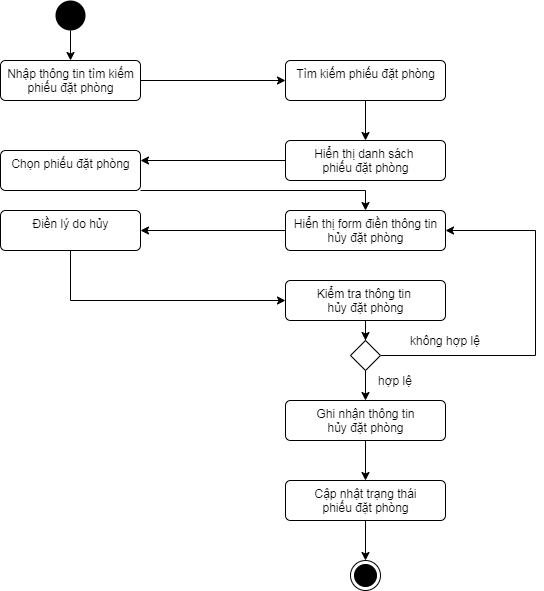
Earlier version of the draw.io export Phan_Tich_Thiet_Ke/Diagram/Activity_Diagram/Activity_Diagram_HuyDatPhong.png (KNhaa/DoAnCNPM). Source tidied: cells renumbered, new cells last; positions are measured from the earlier drawing's top-left corner, leaving out a move shared by most shapes. Source of this version:
```xml
<mxGraphModel>
  <root>
    <mxCell id="0" />
    <mxCell id="1" parent="0" />
    <mxCell id="2" style="edgeStyle=orthogonalEdgeStyle;rounded=0;jettySize=auto;html=1;" parent="1" edge="1" source="3" target="5">
      <mxGeometry relative="1" as="geometry" />
    </mxCell>
    <mxCell id="3" style="ellipse;fillColor=#000000;strokeColor=none;" parent="1" vertex="1">
      <mxGeometry x="55" width="30" height="30" as="geometry" />
    </mxCell>
    <mxCell id="4" style="edgeStyle=orthogonalEdgeStyle;rounded=0;jettySize=auto;html=1;entryX=0;entryY=0.5;entryDx=0;entryDy=0;" parent="1" edge="1" source="5" target="7">
      <mxGeometry relative="1" as="geometry" />
    </mxCell>
    <mxCell id="5" value="Nhập thông tin tìm kiếm&lt;br&gt;phiếu đặt phòng" style="html=1;align=center;verticalAlign=top;rounded=1;absoluteArcSize=1;arcSize=10;dashed=0;" parent="1" vertex="1">
      <mxGeometry y="60" width="140" height="40" as="geometry" />
    </mxCell>
    <mxCell id="6" style="edgeStyle=orthogonalEdgeStyle;rounded=0;jettySize=auto;html=1;" parent="1" edge="1" source="7" target="9">
      <mxGeometry relative="1" as="geometry" />
    </mxCell>
    <mxCell id="7" value="Tìm kiếm phiếu đặt phòng" style="html=1;align=center;verticalAlign=top;rounded=1;absoluteArcSize=1;arcSize=10;dashed=0;" parent="1" vertex="1">
      <mxGeometry x="285" y="60" width="160" height="40" as="geometry" />
    </mxCell>
    <mxCell id="8" style="edgeStyle=orthogonalEdgeStyle;rounded=0;jettySize=auto;html=1;entryX=1;entryY=0.25;entryDx=0;entryDy=0;" parent="1" edge="1" source="9" target="11">
      <mxGeometry relative="1" as="geometry" />
    </mxCell>
    <mxCell id="9" value="Hiển thị danh sách &lt;br&gt;phiếu đặt phòng" style="html=1;align=center;verticalAlign=top;rounded=1;absoluteArcSize=1;arcSize=10;dashed=0;" parent="1" vertex="1">
      <mxGeometry x="285" y="140" width="160" height="40" as="geometry" />
    </mxCell>
    <mxCell id="10" style="edgeStyle=orthogonalEdgeStyle;rounded=0;jettySize=auto;html=1;exitX=1;exitY=1;exitDx=0;exitDy=0;" parent="1" edge="1" source="11" target="23">
      <mxGeometry relative="1" as="geometry">
        <Array as="points">
          <mxPoint x="365" y="190" />
        </Array>
      </mxGeometry>
    </mxCell>
    <mxCell id="11" value="Chọn phiếu đặt phòng" style="html=1;align=center;verticalAlign=top;rounded=1;absoluteArcSize=1;arcSize=10;dashed=0;" parent="1" vertex="1">
      <mxGeometry y="150" width="140" height="40" as="geometry" />
    </mxCell>
    <mxCell id="12" style="edgeStyle=orthogonalEdgeStyle;rounded=0;jettySize=auto;html=1;" parent="1" edge="1" source="13" target="20">
      <mxGeometry relative="1" as="geometry" />
    </mxCell>
    <mxCell id="13" value="Kiểm tra thông tin &lt;br&gt;hủy đặt phòng" style="html=1;align=center;verticalAlign=top;rounded=1;absoluteArcSize=1;arcSize=10;dashed=0;" parent="1" vertex="1">
      <mxGeometry x="285" y="280" width="160" height="40" as="geometry" />
    </mxCell>
    <mxCell id="14" style="edgeStyle=orthogonalEdgeStyle;rounded=0;jettySize=auto;html=1;" parent="1" edge="1" source="15" target="17">
      <mxGeometry relative="1" as="geometry" />
    </mxCell>
    <mxCell id="15" value="Ghi nhận thông tin&lt;br&gt;hủy đặt phòng" style="html=1;align=center;verticalAlign=top;rounded=1;absoluteArcSize=1;arcSize=10;dashed=0;" parent="1" vertex="1">
      <mxGeometry x="285" y="400" width="160" height="40" as="geometry" />
    </mxCell>
    <mxCell id="16" style="edgeStyle=orthogonalEdgeStyle;rounded=0;jettySize=auto;html=1;" parent="1" edge="1" source="17" target="21">
      <mxGeometry relative="1" as="geometry" />
    </mxCell>
    <mxCell id="17" value="Cập nhật trạng thái&lt;br&gt;phiếu đặt phòng" style="html=1;align=center;verticalAlign=top;rounded=1;absoluteArcSize=1;arcSize=10;dashed=0;" parent="1" vertex="1">
      <mxGeometry x="285" y="480" width="160" height="40" as="geometry" />
    </mxCell>
    <mxCell id="18" style="edgeStyle=orthogonalEdgeStyle;rounded=0;jettySize=auto;html=1;" parent="1" edge="1" source="20" target="15">
      <mxGeometry relative="1" as="geometry" />
    </mxCell>
    <mxCell id="19" style="edgeStyle=orthogonalEdgeStyle;rounded=0;jettySize=auto;html=1;entryX=1;entryY=0.5;entryDx=0;entryDy=0;" parent="1" edge="1" source="20" target="23">
      <mxGeometry relative="1" as="geometry">
        <Array as="points">
          <mxPoint x="535" y="355" />
          <mxPoint x="535" y="230" />
        </Array>
      </mxGeometry>
    </mxCell>
    <mxCell id="20" style="rhombus;" parent="1" vertex="1">
      <mxGeometry x="350" y="340" width="30" height="30" as="geometry" />
    </mxCell>
    <mxCell id="21" style="ellipse;html=1;shape=endState;fillColor=#000000;strokeColor=#000000;" parent="1" vertex="1">
      <mxGeometry x="350" y="560" width="30" height="30" as="geometry" />
    </mxCell>
    <mxCell id="22" style="edgeStyle=orthogonalEdgeStyle;rounded=0;jettySize=auto;html=1;entryX=1;entryY=0.5;entryDx=0;entryDy=0;" parent="1" edge="1" source="23" target="25">
      <mxGeometry relative="1" as="geometry" />
    </mxCell>
    <mxCell id="23" value="Hiển thị form điền thông tin&lt;br&gt;hủy đặt phòng" style="html=1;align=center;verticalAlign=top;rounded=1;absoluteArcSize=1;arcSize=10;dashed=0;" parent="1" vertex="1">
      <mxGeometry x="285" y="210" width="160" height="40" as="geometry" />
    </mxCell>
    <mxCell id="24" style="edgeStyle=orthogonalEdgeStyle;rounded=0;jettySize=auto;html=1;entryX=0;entryY=0.5;entryDx=0;entryDy=0;" parent="1" edge="1" source="25" target="13">
      <mxGeometry relative="1" as="geometry">
        <Array as="points">
          <mxPoint x="70" y="300" />
        </Array>
      </mxGeometry>
    </mxCell>
    <mxCell id="25" value="Điền lý do hủy" style="html=1;align=center;verticalAlign=top;rounded=1;absoluteArcSize=1;arcSize=10;dashed=0;" parent="1" vertex="1">
      <mxGeometry y="210" width="140" height="40" as="geometry" />
    </mxCell>
    <mxCell id="26" value="hợp lệ" style="text;html=1;strokeColor=none;fillColor=none;align=center;verticalAlign=middle;whiteSpace=wrap;rounded=0;" parent="1" vertex="1">
      <mxGeometry x="375" y="370" width="40" height="20" as="geometry" />
    </mxCell>
    <mxCell id="27" value="không hợp lệ" style="text;html=1;strokeColor=none;fillColor=none;align=center;verticalAlign=middle;whiteSpace=wrap;rounded=0;" parent="1" vertex="1">
      <mxGeometry x="405" y="330" width="80" height="20" as="geometry" />
    </mxCell>
  </root>
</mxGraphModel>
```
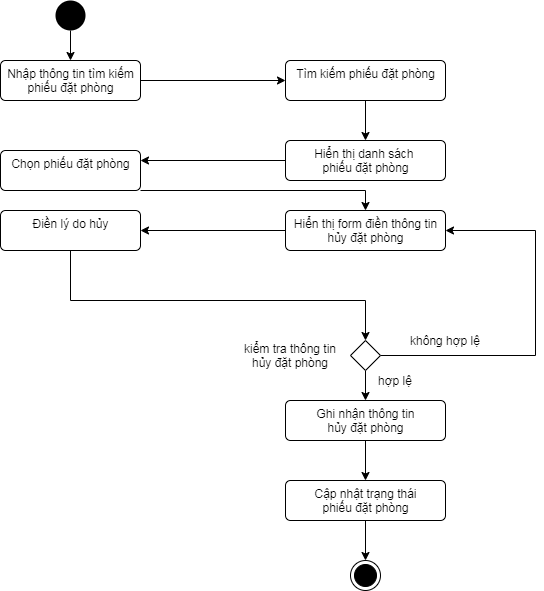
After the commit.

What changed in the source:
```diff
@@ -36,12 +36,6 @@
     <mxCell id="11" value="Chọn phiếu đặt phòng" style="html=1;align=center;verticalAlign=top;rounded=1;absoluteArcSize=1;arcSize=10;dashed=0;" parent="1" vertex="1">
       <mxGeometry y="150" width="140" height="40" as="geometry" />
     </mxCell>
-    <mxCell id="12" style="edgeStyle=orthogonalEdgeStyle;rounded=0;jettySize=auto;html=1;" parent="1" edge="1" source="13" target="20">
-      <mxGeometry relative="1" as="geometry" />
-    </mxCell>
-    <mxCell id="13" value="Kiểm tra thông tin &lt;br&gt;hủy đặt phòng" style="html=1;align=center;verticalAlign=top;rounded=1;absoluteArcSize=1;arcSize=10;dashed=0;" parent="1" vertex="1">
-      <mxGeometry x="285" y="280" width="160" height="40" as="geometry" />
-    </mxCell>
     <mxCell id="14" style="edgeStyle=orthogonalEdgeStyle;rounded=0;jettySize=auto;html=1;" parent="1" edge="1" source="15" target="17">
       <mxGeometry relative="1" as="geometry" />
     </mxCell>
@@ -77,10 +71,11 @@
     <mxCell id="23" value="Hiển thị form điền thông tin&lt;br&gt;hủy đặt phòng" style="html=1;align=center;verticalAlign=top;rounded=1;absoluteArcSize=1;arcSize=10;dashed=0;" parent="1" vertex="1">
       <mxGeometry x="285" y="210" width="160" height="40" as="geometry" />
     </mxCell>
-    <mxCell id="24" style="edgeStyle=orthogonalEdgeStyle;rounded=0;jettySize=auto;html=1;entryX=0;entryY=0.5;entryDx=0;entryDy=0;" parent="1" edge="1" source="25" target="13">
+    <mxCell id="24" style="edgeStyle=orthogonalEdgeStyle;rounded=0;jettySize=auto;html=1;entryX=0.5;entryY=0;entryDx=0;entryDy=0;" parent="1" edge="1" source="25" target="20">
       <mxGeometry relative="1" as="geometry">
         <Array as="points">
           <mxPoint x="70" y="300" />
+          <mxPoint x="365" y="300" />
         </Array>
       </mxGeometry>
     </mxCell>
@@ -93,5 +88,8 @@
     <mxCell id="27" value="không hợp lệ" style="text;html=1;strokeColor=none;fillColor=none;align=center;verticalAlign=middle;whiteSpace=wrap;rounded=0;" parent="1" vertex="1">
       <mxGeometry x="405" y="330" width="80" height="20" as="geometry" />
     </mxCell>
+    <mxCell id="28" value="kiểm tra thông tin hủy đặt phòng" style="text;html=1;strokeColor=none;fillColor=none;align=center;verticalAlign=middle;whiteSpace=wrap;rounded=0;" parent="1" vertex="1">
+      <mxGeometry x="235" y="345" width="110" height="20" as="geometry" />
+    </mxCell>
   </root>
 </mxGraphModel>
```
